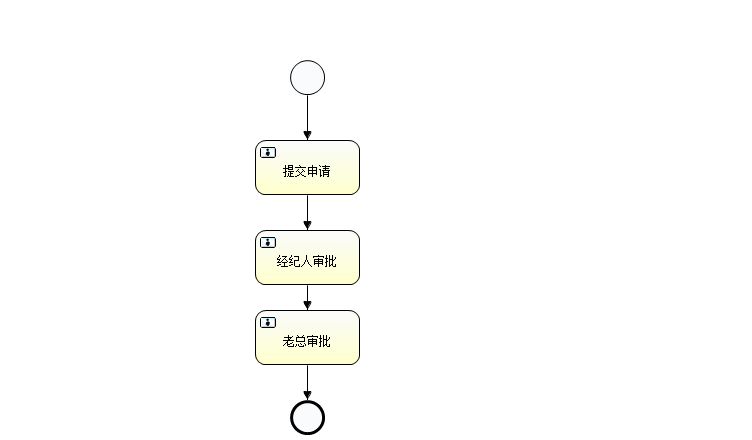
Earlier version of the BPMN export src/main/resources/diagrams/leaveBill.png (zht1933/jmrt-frame). Its source is kept beside it as src/main/resources/diagrams/leaveBill.bpmn. Ids are renumbered.
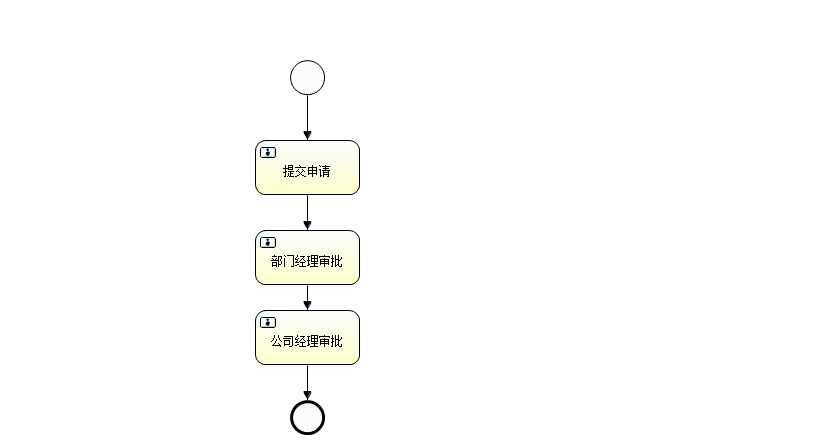
The same diagram one commit later.

The edit, as a diff of the source:
```diff
@@ -1,15 +1,15 @@
-<definitions xmlns="http://www.omg.org/spec/BPMN/20100524/MODEL" xmlns:xsi="http://www.w3.org/2001/XMLSchema-instance" xmlns:xsd="http://www.w3.org/2001/XMLSchema" xmlns:activiti="http://activiti.org/bpmn" xmlns:bpmndi="http://www.omg.org/spec/BPMN/20100524/DI" xmlns:omgdc="http://www.omg.org/spec/DD/20100524/DC" xmlns:omgdi="http://www.omg.org/spec/DD/20100524/DI" typeLanguage="http://www.w3.org/2001/XMLSchema" expressionLanguage="http://www.w3.org/1999/XPath" targetNamespace="http://www.activiti.org/test">
+<definitions xmlns="http://www.omg.org/spec/BPMN/20100524/MODEL" xmlns:xsi="http://www.w3.org/2001/XMLSchema-instance" xmlns:xsd="http://www.w3.org/2001/XMLSchema" xmlns:activiti="http://activiti.org/bpmn" xmlns:bpmndi="http://www.omg.org/spec/BPMN/20100524/DI" xmlns:omgdc="http://www.omg.org/spec/DD/20100524/DC" xmlns:omgdi="http://www.omg.org/spec/DD/20100524/DI" typeLanguage="http://www.w3.org/2001/XMLSchema" expressionLanguage="http://www.w3.org/1999/XPath" targetNamespace="http://www.activiti.org/jmrt">
   <process id="LeaveBill" name="LeaveBillProcess" isExecutable="true">
     <startEvent id="startevent1" name="Start"></startEvent>
     <userTask id="usertask1" name="提交申请" activiti:assignee="${inputUser}" activiti:formKey="/act/audit.html"></userTask>
     <sequenceFlow id="flow1" sourceRef="startevent1" targetRef="usertask1"></sequenceFlow>
-    <userTask id="usertask2" name="经纪人审批" activiti:formKey="/act/audit.html">
+    <userTask id="usertask2" name="部门经理审批" activiti:formKey="/act/audit.html">
       <extensionElements>
         <activiti:taskListener event="create" class="com.webside.activiti.util.ManagerTaskHandler"></activiti:taskListener>
       </extensionElements>
     </userTask>
     <sequenceFlow id="flow2" sourceRef="usertask1" targetRef="usertask2"></sequenceFlow>
-    <userTask id="usertask3" name="老总审批" activiti:formKey="/act/audit.html">
+    <userTask id="usertask3" name="公司经理审批" activiti:formKey="/act/audit.html">
       <extensionElements>
         <activiti:taskListener event="create" class="com.webside.activiti.util.ManagerTaskHandler"></activiti:taskListener>
       </extensionElements>
```
